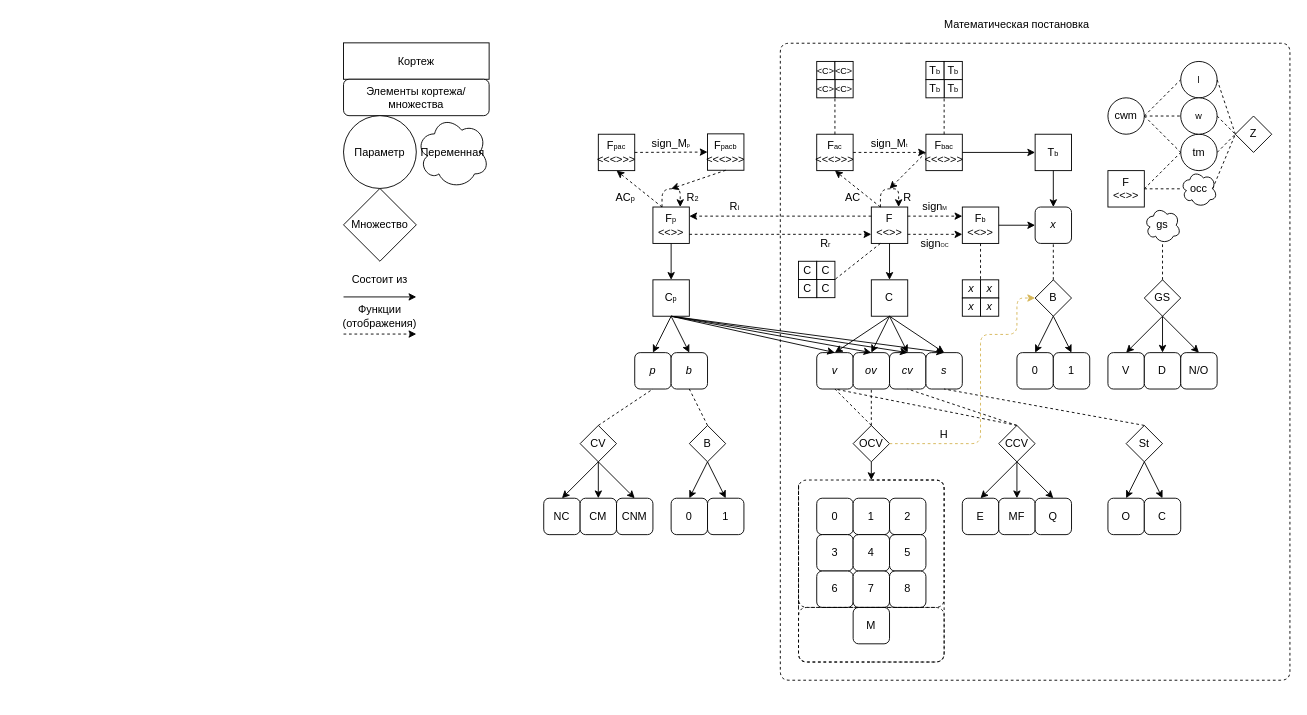
Before: page "Математическая схема 2" (7 of 26) of docs/Черновик.drawio in xex238/Diploma_2022, a draw.io diagram. Source tidied: cells renumbered, new cells numbered last; positions are measured from the earlier drawing's top-left corner, leaving out a move shared by most shapes. Both pictures are drawn from the tidied source at 91%, with x=0, y=0 at pixel (343, 15).
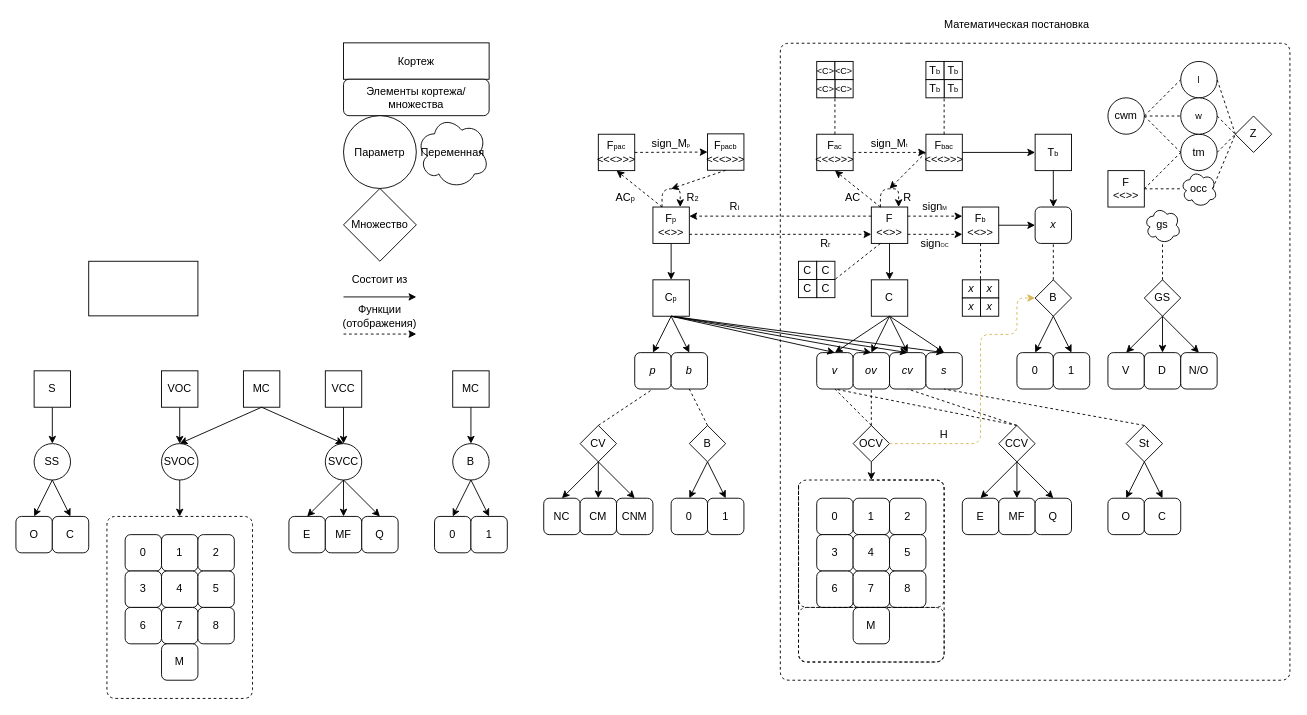
The same diagram, later.

Diff of the diagram source:
```diff
@@
+    <mxCell id="166" style="rounded=0;whiteSpace=wrap;html=1;" parent="1" vertex="1">
+      <mxGeometry x="-280" y="269.6" width="120" height="60" as="geometry" />
+    </mxCell>
+    <mxCell id="167" style="edgeStyle=orthogonalEdgeStyle;rounded=0;jettySize=auto;html=1;exitX=0.5;exitY=1;exitDx=0;exitDy=0;entryX=0.5;entryY=0;entryDx=0;entryDy=0;" parent="1" edge="1" source="168" target="169">
+      <mxGeometry relative="1" as="geometry" />
+    </mxCell>
+    <mxCell id="168" value="S" style="whiteSpace=wrap;html=1;" parent="1" vertex="1">
+      <mxGeometry x="-340" y="390" width="40" height="40" as="geometry" />
+    </mxCell>
+    <mxCell id="169" value="SS" style="ellipse;whiteSpace=wrap;html=1;" parent="1" vertex="1">
+      <mxGeometry x="-340" y="470" width="40" height="40" as="geometry" />
+    </mxCell>
+    <mxCell id="170" style="edgeStyle=orthogonalEdgeStyle;rounded=0;jettySize=auto;html=1;exitX=0.5;exitY=1;exitDx=0;exitDy=0;entryX=0.5;entryY=0;entryDx=0;entryDy=0;" parent="1" edge="1" source="171" target="172">
+      <mxGeometry relative="1" as="geometry" />
+    </mxCell>
+    <mxCell id="171" value="VOC" style="whiteSpace=wrap;html=1;" parent="1" vertex="1">
+      <mxGeometry x="-200" y="390" width="40" height="40" as="geometry" />
+    </mxCell>
+    <mxCell id="172" value="SVOC" style="ellipse;whiteSpace=wrap;html=1;" parent="1" vertex="1">
+      <mxGeometry x="-200" y="470" width="40" height="40" as="geometry" />
+    </mxCell>
+    <mxCell id="173" value="VCC" style="whiteSpace=wrap;html=1;" parent="1" vertex="1">
+      <mxGeometry x="-20" y="390" width="40" height="40" as="geometry" />
+    </mxCell>
+    <mxCell id="174" value="SVCC" style="ellipse;whiteSpace=wrap;html=1;" parent="1" vertex="1">
+      <mxGeometry x="-20" y="470" width="40" height="40" as="geometry" />
+    </mxCell>
+    <mxCell id="175" value="MC" style="whiteSpace=wrap;html=1;" parent="1" vertex="1">
+      <mxGeometry x="120" y="390" width="40" height="40" as="geometry" />
+    </mxCell>
+    <mxCell id="176" value="B" style="ellipse;whiteSpace=wrap;html=1;" parent="1" vertex="1">
+      <mxGeometry x="120" y="470" width="40" height="40" as="geometry" />
+    </mxCell>
+    <mxCell id="177" value="0" style="rounded=1;whiteSpace=wrap;html=1;" parent="1" vertex="1">
+      <mxGeometry x="100" y="550" width="40" height="40" as="geometry" />
+    </mxCell>
+    <mxCell id="178" value="1" style="rounded=1;whiteSpace=wrap;html=1;" parent="1" vertex="1">
+      <mxGeometry x="140" y="550" width="40" height="40" as="geometry" />
+    </mxCell>
+    <mxCell id="179" value="O" style="rounded=1;whiteSpace=wrap;html=1;" parent="1" vertex="1">
+      <mxGeometry x="-360" y="550" width="40" height="40" as="geometry" />
+    </mxCell>
+    <mxCell id="180" value="C" style="rounded=1;whiteSpace=wrap;html=1;" parent="1" vertex="1">
+      <mxGeometry x="-320" y="550" width="40" height="40" as="geometry" />
+    </mxCell>
+    <mxCell id="181" style="endArrow=classic;html=1;exitX=0.5;exitY=1;exitDx=0;exitDy=0;entryX=0.5;entryY=0;entryDx=0;entryDy=0;" parent="1" edge="1" source="169" target="180">
+      <mxGeometry relative="1" as="geometry" />
+    </mxCell>
+    <mxCell id="182" style="endArrow=classic;html=1;exitX=0.5;exitY=1;exitDx=0;exitDy=0;entryX=0.5;entryY=0;entryDx=0;entryDy=0;" parent="1" edge="1" source="169" target="179">
+      <mxGeometry relative="1" as="geometry" />
+    </mxCell>
+    <mxCell id="183" value="0" style="rounded=1;whiteSpace=wrap;html=1;" parent="1" vertex="1">
+      <mxGeometry x="-240" y="570" width="40" height="40" as="geometry" />
+    </mxCell>
+    <mxCell id="184" value="1" style="rounded=1;whiteSpace=wrap;html=1;" parent="1" vertex="1">
+      <mxGeometry x="-200" y="570" width="40" height="40" as="geometry" />
+    </mxCell>
+    <mxCell id="185" value="2" style="rounded=1;whiteSpace=wrap;html=1;" parent="1" vertex="1">
+      <mxGeometry x="-160" y="570" width="40" height="40" as="geometry" />
+    </mxCell>
+    <mxCell id="186" value="3" style="rounded=1;whiteSpace=wrap;html=1;" parent="1" vertex="1">
+      <mxGeometry x="-240" y="610" width="40" height="40" as="geometry" />
+    </mxCell>
+    <mxCell id="187" value="4" style="rounded=1;whiteSpace=wrap;html=1;" parent="1" vertex="1">
+      <mxGeometry x="-200" y="610" width="40" height="40" as="geometry" />
+    </mxCell>
+    <mxCell id="188" value="5" style="rounded=1;whiteSpace=wrap;html=1;" parent="1" vertex="1">
+      <mxGeometry x="-160" y="610" width="40" height="40" as="geometry" />
+    </mxCell>
+    <mxCell id="189" value="6" style="rounded=1;whiteSpace=wrap;html=1;" parent="1" vertex="1">
+      <mxGeometry x="-240" y="650" width="40" height="40" as="geometry" />
+    </mxCell>
+    <mxCell id="190" value="7" style="rounded=1;whiteSpace=wrap;html=1;" parent="1" vertex="1">
+      <mxGeometry x="-200" y="650" width="40" height="40" as="geometry" />
+    </mxCell>
+    <mxCell id="191" value="8" style="rounded=1;whiteSpace=wrap;html=1;" parent="1" vertex="1">
+      <mxGeometry x="-160" y="650" width="40" height="40" as="geometry" />
+    </mxCell>
+    <mxCell id="192" value="M" style="rounded=1;whiteSpace=wrap;html=1;" parent="1" vertex="1">
+      <mxGeometry x="-200" y="690" width="40" height="40" as="geometry" />
+    </mxCell>
+    <mxCell id="193" style="endArrow=none;html=1;dashed=1;" parent="1" edge="1">
+      <mxGeometry relative="1" as="geometry">
+        <mxPoint x="-180" y="550" as="sourcePoint" />
+        <mxPoint x="-180" y="550" as="targetPoint" />
+        <Array as="points">
+          <mxPoint x="-100" y="550" />
+          <mxPoint x="-100" y="750" />
+          <mxPoint x="-260" y="750" />
+          <mxPoint x="-260" y="550" />
+        </Array>
+      </mxGeometry>
+    </mxCell>
+    <mxCell id="194" style="endArrow=classic;html=1;exitX=0.5;exitY=1;exitDx=0;exitDy=0;" parent="1" edge="1" source="172">
+      <mxGeometry relative="1" as="geometry">
+        <mxPoint x="-180" y="550" as="targetPoint" />
+      </mxGeometry>
+    </mxCell>
+    <mxCell id="195" style="endArrow=classic;html=1;exitX=0.5;exitY=1;exitDx=0;exitDy=0;entryX=0.5;entryY=0;entryDx=0;entryDy=0;" parent="1" edge="1" source="175" target="176">
+      <mxGeometry relative="1" as="geometry" />
+    </mxCell>
+    <mxCell id="196" style="endArrow=classic;html=1;exitX=0.5;exitY=1;exitDx=0;exitDy=0;entryX=0.5;entryY=0;entryDx=0;entryDy=0;" parent="1" edge="1" source="176" target="178">
+      <mxGeometry relative="1" as="geometry" />
+    </mxCell>
+    <mxCell id="197" style="endArrow=classic;html=1;exitX=0.5;exitY=1;exitDx=0;exitDy=0;entryX=0.5;entryY=0;entryDx=0;entryDy=0;" parent="1" edge="1" source="176" target="177">
+      <mxGeometry relative="1" as="geometry" />
+    </mxCell>
+    <mxCell id="198" value="E" style="rounded=1;whiteSpace=wrap;html=1;" parent="1" vertex="1">
+      <mxGeometry x="-60" y="550" width="40" height="40" as="geometry" />
+    </mxCell>
+    <mxCell id="199" value="MF" style="rounded=1;whiteSpace=wrap;html=1;" parent="1" vertex="1">
+      <mxGeometry x="-20" y="550" width="40" height="40" as="geometry" />
+    </mxCell>
+    <mxCell id="200" value="Q" style="rounded=1;whiteSpace=wrap;html=1;" parent="1" vertex="1">
+      <mxGeometry x="20" y="550" width="40" height="40" as="geometry" />
+    </mxCell>
+    <mxCell id="201" value="MC" style="whiteSpace=wrap;html=1;" parent="1" vertex="1">
+      <mxGeometry x="-110" y="390" width="40" height="40" as="geometry" />
+    </mxCell>
+    <mxCell id="202" style="endArrow=classic;html=1;entryX=0.5;entryY=0;entryDx=0;entryDy=0;exitX=0.5;exitY=1;exitDx=0;exitDy=0;" parent="1" edge="1" source="201" target="172">
+      <mxGeometry relative="1" as="geometry" />
+    </mxCell>
+    <mxCell id="203" style="endArrow=classic;html=1;entryX=0.5;entryY=0;entryDx=0;entryDy=0;exitX=0.5;exitY=1;exitDx=0;exitDy=0;" parent="1" edge="1" source="201" target="174">
+      <mxGeometry relative="1" as="geometry" />
+    </mxCell>
+    <mxCell id="204" style="endArrow=classic;html=1;entryX=0.5;entryY=0;entryDx=0;entryDy=0;exitX=0.5;exitY=1;exitDx=0;exitDy=0;" parent="1" edge="1" source="173" target="174">
+      <mxGeometry relative="1" as="geometry" />
+    </mxCell>
+    <mxCell id="205" style="endArrow=classic;html=1;entryX=0.5;entryY=0;entryDx=0;entryDy=0;exitX=0.5;exitY=1;exitDx=0;exitDy=0;" parent="1" edge="1" source="174" target="198">
+      <mxGeometry relative="1" as="geometry" />
+    </mxCell>
+    <mxCell id="206" style="endArrow=classic;html=1;exitX=0.5;exitY=1;exitDx=0;exitDy=0;entryX=0.5;entryY=0;entryDx=0;entryDy=0;" parent="1" edge="1" source="174" target="199">
+      <mxGeometry relative="1" as="geometry" />
+    </mxCell>
+    <mxCell id="207" style="endArrow=classic;html=1;entryX=0.5;entryY=0;entryDx=0;entryDy=0;exitX=0.5;exitY=1;exitDx=0;exitDy=0;" parent="1" edge="1" source="174" target="200">
+      <mxGeometry relative="1" as="geometry" />
+    </mxCell>
```
